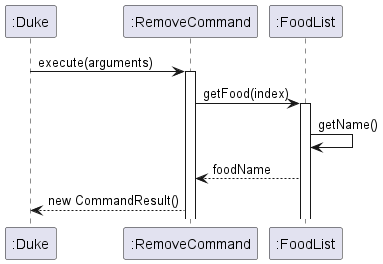
Above: docs/images/RemoveCommandSequenceDiagram.png in tsx0314/tp (PlantUML), before the change.
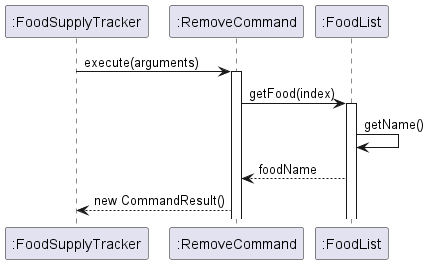
Later version of the same file.

What changed in the source:
```diff
@@ -1,10 +1,10 @@
 @startuml
 
-participant ":Duke"
+participant ":FoodSupplyTracker"
 participant ":RemoveCommand"
 
 
-":Duke" -> ":RemoveCommand" : execute(arguments)
+":FoodSupplyTracker" -> ":RemoveCommand" : execute(arguments)
 activate ":RemoveCommand"
 
 ":RemoveCommand" -> ":FoodList" : getFood(index)
@@ -14,6 +14,6 @@
 
 ":FoodList" --> ":RemoveCommand" : foodName
 
-":RemoveCommand" --> ":Duke" : new CommandResult()
+":RemoveCommand" --> ":FoodSupplyTracker" : new CommandResult()
 
 @enduml
```
